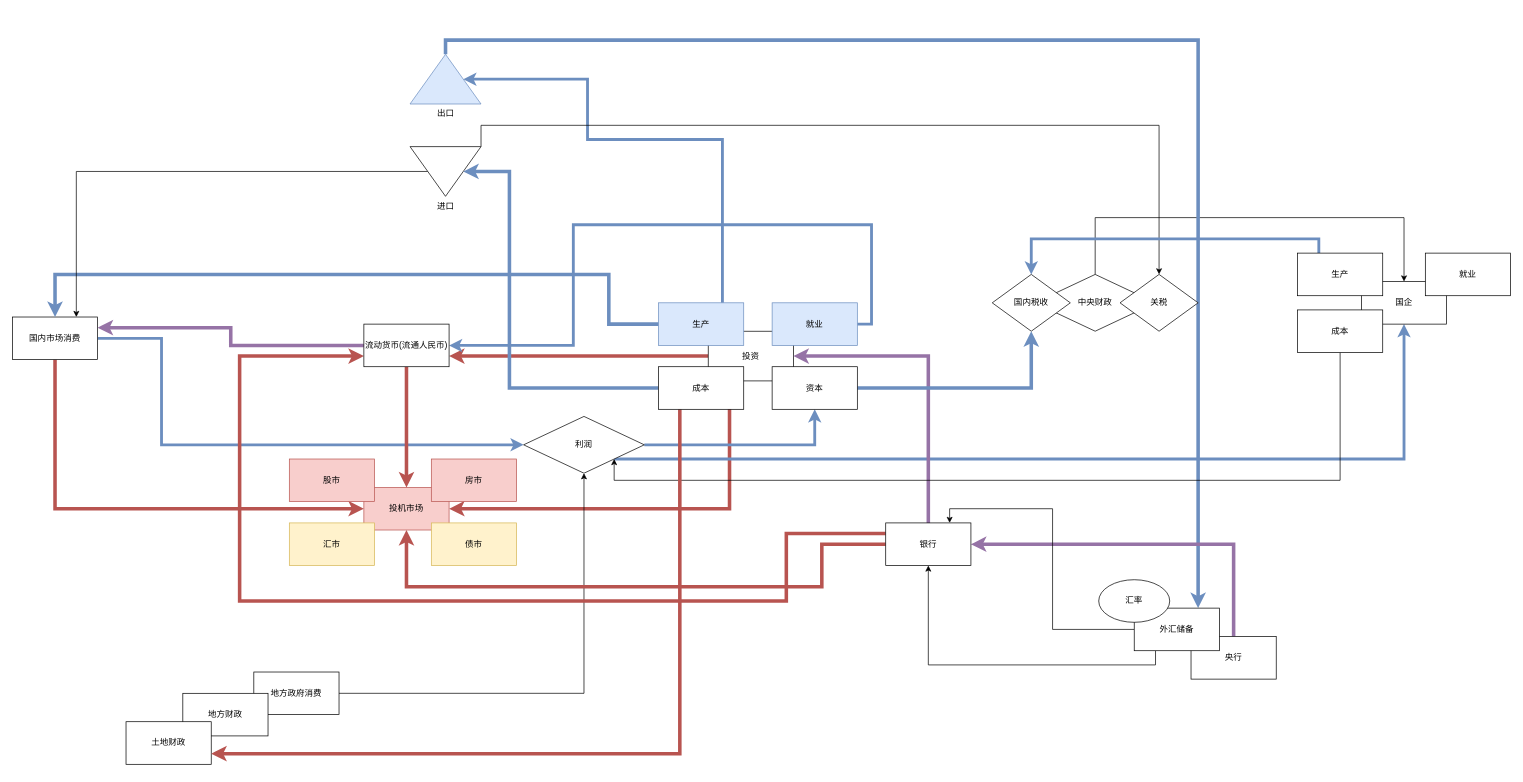
The draw.io diagram Untitled Diagram.drawio in BlackKing-Dio/doc, before the edit. Source tidied: cells renumbered, new cells numbered last; positions are measured from the earlier drawing's top-left corner, leaving out a move shared by most shapes. Both pictures are drawn from the tidied source at 71%, with x=0, y=0 at pixel (12, 54).
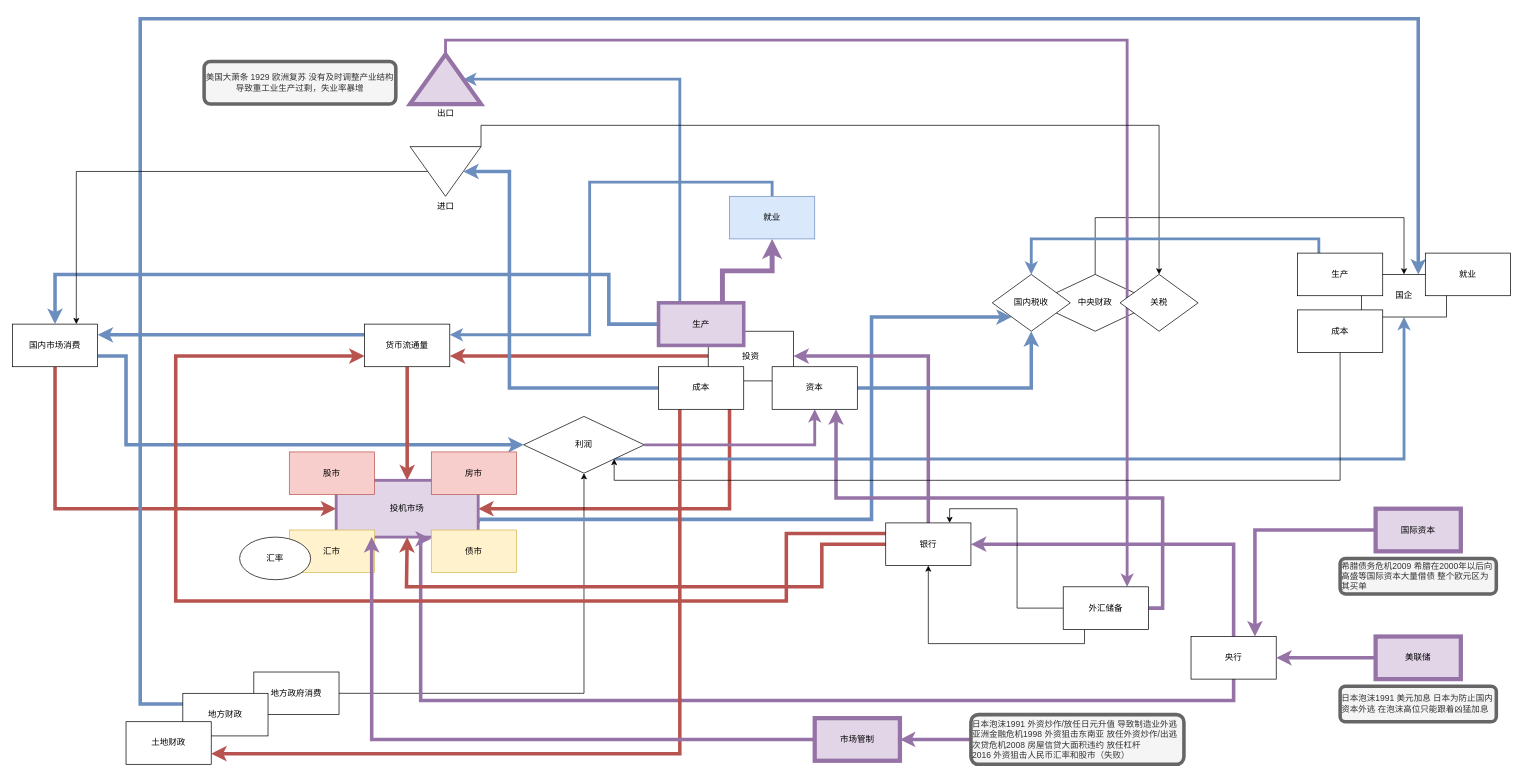
The same diagram, later.

Unchanged cells that the change refers to:
```xml
<mxCell id="15" value="利润" style="rhombus;whiteSpace=wrap;html=1;" parent="1" vertex="1">
  <mxGeometry x="720" y="510" width="170" height="80" as="geometry" />
</mxCell>
<mxCell id="22" value="央行" style="rounded=0;whiteSpace=wrap;html=1;" parent="1" vertex="1">
  <mxGeometry x="1660" y="820" width="120" height="60" as="geometry" />
</mxCell>
<mxCell id="26" value="银行" style="rounded=0;whiteSpace=wrap;html=1;" parent="1" vertex="1">
  <mxGeometry x="1230" y="660" width="120" height="60" as="geometry" />
</mxCell>
<mxCell id="32" value="地方财政" style="rounded=0;whiteSpace=wrap;html=1;" parent="1" vertex="1">
  <mxGeometry x="240" y="900" width="120" height="60" as="geometry" />
</mxCell>
<mxCell id="35" value="国内税收" style="rhombus;whiteSpace=wrap;html=1;" parent="1" vertex="1">
  <mxGeometry x="1380" y="310" width="110" height="80" as="geometry" />
</mxCell>
<mxCell id="40" value="资本" style="rounded=0;whiteSpace=wrap;html=1;" parent="1" vertex="1">
  <mxGeometry x="1070" y="440" width="120" height="60" as="geometry" />
</mxCell>
```

Change to the diagram source:
```diff
@@
+    <mxCell id="3" style="edgeStyle=orthogonalEdgeStyle;rounded=0;jettySize=auto;html=1;exitX=0.5;exitY=1;exitDx=0;exitDy=0;entryX=0;entryY=0.5;entryDx=0;entryDy=0;strokeWidth=5;fillColor=#f8cecc;strokeColor=#b85450;" parent="1" edge="1" source="4" target="20">
+      <mxGeometry relative="1" as="geometry">
+        <Array as="points">
+          <mxPoint x="60" y="640" />
+        </Array>
+      </mxGeometry>
+    </mxCell>
-    <mxCell id="2" style="edgeStyle=orthogonalEdgeStyle;rounded=0;jettySize=auto;html=1;exitX=1;exitY=0.5;exitDx=0;exitDy=0;entryX=0;entryY=0.5;entryDx=0;entryDy=0;strokeWidth=4;fillColor=#dae8fc;strokeColor=#6c8ebf;" parent="1" edge="1" source="4" target="15">
+    <mxCell id="2" style="edgeStyle=orthogonalEdgeStyle;rounded=0;jettySize=auto;html=1;exitX=1;exitY=0.75;exitDx=0;exitDy=0;entryX=0;entryY=0.5;entryDx=0;entryDy=0;strokeWidth=5;fillColor=#dae8fc;strokeColor=#6c8ebf;" parent="1" edge="1" source="4" target="15">
       <mxGeometry relative="1" as="geometry">
         <Array as="points">
-          <mxPoint x="210" y="400" />
-          <mxPoint x="210" y="550" />
+          <mxPoint x="160" y="425" />
+          <mxPoint x="160" y="550" />
         </Array>
       </mxGeometry>
     </mxCell>
-    <mxCell id="3" style="edgeStyle=orthogonalEdgeStyle;rounded=0;jettySize=auto;html=1;exitX=0.5;exitY=1;exitDx=0;exitDy=0;entryX=0;entryY=0.5;entryDx=0;entryDy=0;strokeWidth=5;fillColor=#f8cecc;strokeColor=#b85450;" parent="1" edge="1" source="4" target="20">
-      <mxGeometry relative="1" as="geometry" />
-    </mxCell>
     <mxCell id="4" value="国内市场消费" style="rounded=0;whiteSpace=wrap;html=1;" parent="1" vertex="1">
-      <mxGeometry y="370" width="120" height="60" as="geometry" />
+      <mxGeometry y="380" width="120" height="60" as="geometry" />
     </mxCell>
@@
+    <mxCell id="11" style="edgeStyle=orthogonalEdgeStyle;rounded=0;jettySize=auto;html=1;exitX=0;exitY=0.5;exitDx=0;exitDy=0;entryX=0.5;entryY=0;entryDx=0;entryDy=0;strokeWidth=5;fillColor=#dae8fc;strokeColor=#6c8ebf;" parent="1" edge="1" source="12" target="4">
+      <mxGeometry relative="1" as="geometry">
+        <Array as="points">
+          <mxPoint x="840" y="380" />
+          <mxPoint x="840" y="310" />
+          <mxPoint x="60" y="310" />
+        </Array>
+      </mxGeometry>
+    </mxCell>
-    <mxCell id="10" style="edgeStyle=orthogonalEdgeStyle;rounded=0;jettySize=auto;html=1;exitX=0.75;exitY=0;exitDx=0;exitDy=0;entryX=0;entryY=0;entryDx=75;entryDy=35;entryPerimeter=0;fillColor=#dae8fc;strokeColor=#6c8ebf;strokeWidth=4;" parent="1" edge="1" source="12" target="19">
+    <mxCell id="10" style="edgeStyle=orthogonalEdgeStyle;rounded=0;jettySize=auto;html=1;exitX=0.25;exitY=0;exitDx=0;exitDy=0;entryX=0;entryY=0;entryDx=75;entryDy=35;entryPerimeter=0;fillColor=#dae8fc;strokeColor=#6c8ebf;strokeWidth=4;" parent="1" edge="1" source="12" target="19">
       <mxGeometry relative="1" as="geometry">
         <Array as="points">
-          <mxPoint x="1000" y="120" />
-          <mxPoint x="810" y="120" />
-          <mxPoint x="810" y="35" />
+          <mxPoint x="940" y="35" />
         </Array>
       </mxGeometry>
     </mxCell>
-    <mxCell id="11" style="edgeStyle=orthogonalEdgeStyle;rounded=0;jettySize=auto;html=1;exitX=0;exitY=0.5;exitDx=0;exitDy=0;entryX=0.5;entryY=0;entryDx=0;entryDy=0;strokeWidth=5;fillColor=#dae8fc;strokeColor=#6c8ebf;" parent="1" edge="1" source="12" target="4">
-      <mxGeometry relative="1" as="geometry">
-        <Array as="points">
-          <mxPoint x="840" y="380" />
-          <mxPoint x="840" y="310" />
-          <mxPoint x="60" y="310" />
-        </Array>
-      </mxGeometry>
-    </mxCell>
+    <mxCell id="58" style="edgeStyle=orthogonalEdgeStyle;rounded=0;jettySize=auto;html=1;exitX=0.75;exitY=0;exitDx=0;exitDy=0;entryX=0.5;entryY=1;entryDx=0;entryDy=0;strokeWidth=7;fillColor=#e1d5e7;strokeColor=#9673a6;" parent="1" edge="1" source="12" target="28">
+      <mxGeometry relative="1" as="geometry" />
+    </mxCell>
-    <mxCell id="12" value="生产" style="rounded=0;whiteSpace=wrap;html=1;fillColor=#dae8fc;strokeColor=#6c8ebf;" parent="1" vertex="1">
+    <mxCell id="12" value="生产" style="rounded=0;whiteSpace=wrap;html=1;fillColor=#e1d5e7;strokeColor=#9673a6;strokeWidth=5;" parent="1" vertex="1">
       <mxGeometry x="910" y="350" width="120" height="60" as="geometry" />
     </mxCell>
-    <mxCell id="13" style="edgeStyle=orthogonalEdgeStyle;rounded=0;jettySize=auto;html=1;exitX=1;exitY=0.5;exitDx=0;exitDy=0;entryX=0.5;entryY=1;entryDx=0;entryDy=0;fillColor=#dae8fc;strokeColor=#6c8ebf;strokeWidth=4;" parent="1" edge="1" source="15" target="40">
+    <mxCell id="13" style="edgeStyle=orthogonalEdgeStyle;rounded=0;jettySize=auto;html=1;exitX=1;exitY=0.5;exitDx=0;exitDy=0;entryX=0.5;entryY=1;entryDx=0;entryDy=0;fillColor=#e1d5e7;strokeColor=#9673a6;strokeWidth=4;" parent="1" edge="1" source="15" target="40">
       <mxGeometry relative="1" as="geometry">
         <Array as="points">
           <mxPoint x="1130" y="550" />
         </Array>
       </mxGeometry>
     </mxCell>
@@
-    <mxCell id="18" style="edgeStyle=orthogonalEdgeStyle;rounded=0;jettySize=auto;html=1;exitX=0;exitY=0;exitDx=50;exitDy=0;exitPerimeter=0;entryX=0.75;entryY=0;entryDx=0;entryDy=0;strokeWidth=5;fillColor=#dae8fc;strokeColor=#6c8ebf;" parent="1" edge="1" source="19" target="31">
+    <mxCell id="18" style="edgeStyle=orthogonalEdgeStyle;rounded=0;jettySize=auto;html=1;exitX=0;exitY=0;exitDx=50;exitDy=0;exitPerimeter=0;entryX=0.75;entryY=0;entryDx=0;entryDy=0;strokeWidth=4;fillColor=#e1d5e7;strokeColor=#9673a6;" parent="1" edge="1" source="19" target="31">
       <mxGeometry relative="1" as="geometry" />
     </mxCell>
-    <mxCell id="19" value="出口" style="verticalLabelPosition=bottom;verticalAlign=top;html=1;shape=mxgraph.basic.acute_triangle;dx=0.5;fillColor=#dae8fc;strokeColor=#6c8ebf;" parent="1" vertex="1">
+    <mxCell id="19" value="出口" style="verticalLabelPosition=bottom;verticalAlign=top;html=1;shape=mxgraph.basic.acute_triangle;dx=0.5;fillColor=#e1d5e7;strokeColor=#9673a6;strokeWidth=6;" parent="1" vertex="1">
       <mxGeometry x="560" width="100" height="70" as="geometry" />
     </mxCell>
+    <mxCell id="59" style="edgeStyle=orthogonalEdgeStyle;rounded=0;jettySize=auto;html=1;exitX=1;exitY=0.75;exitDx=0;exitDy=0;entryX=0;entryY=1;entryDx=0;entryDy=0;strokeWidth=5;fillColor=#dae8fc;strokeColor=#6c8ebf;" parent="1" edge="1" source="20" target="35">
+      <mxGeometry relative="1" as="geometry">
+        <Array as="points">
+          <mxPoint x="1210" y="655" />
+          <mxPoint x="1210" y="370" />
+        </Array>
+      </mxGeometry>
+    </mxCell>
-    <mxCell id="20" value="投机市场" style="rounded=0;whiteSpace=wrap;html=1;fillColor=#f8cecc;strokeColor=#b85450;" parent="1" vertex="1">
-      <mxGeometry x="495" y="610" width="120" height="60" as="geometry" />
+    <mxCell id="20" value="投机市场" style="rounded=0;whiteSpace=wrap;html=1;fillColor=#e1d5e7;strokeColor=#9673a6;strokeWidth=4;" parent="1" vertex="1">
+      <mxGeometry x="456" y="600" width="200" height="80" as="geometry" />
     </mxCell>
@@
+    <mxCell id="60" style="edgeStyle=orthogonalEdgeStyle;rounded=0;jettySize=auto;html=1;exitX=0.5;exitY=1;exitDx=0;exitDy=0;entryX=0.667;entryY=1.033;entryDx=0;entryDy=0;entryPerimeter=0;strokeWidth=5;fillColor=#e1d5e7;strokeColor=#9673a6;" parent="1" edge="1" source="22" target="20">
+      <mxGeometry relative="1" as="geometry">
+        <Array as="points">
+          <mxPoint x="1720" y="910" />
+          <mxPoint x="575" y="910" />
+        </Array>
+      </mxGeometry>
+    </mxCell>
@@
     <mxCell id="25" style="edgeStyle=orthogonalEdgeStyle;rounded=0;jettySize=auto;html=1;exitX=0;exitY=0.25;exitDx=0;exitDy=0;entryX=0;entryY=0.75;entryDx=0;entryDy=0;strokeWidth=5;fillColor=#f8cecc;strokeColor=#b85450;" parent="1" edge="1" source="26" target="43">
       <mxGeometry relative="1" as="geometry">
         <Array as="points">
           <mxPoint x="1090" y="675" />
           <mxPoint x="1090" y="770" />
-          <mxPoint x="320" y="770" />
-          <mxPoint x="320" y="425" />
+          <mxPoint x="230" y="770" />
+          <mxPoint x="230" y="425" />
         </Array>
       </mxGeometry>
     </mxCell>
@@
-    <mxCell id="27" style="edgeStyle=orthogonalEdgeStyle;rounded=0;jettySize=auto;html=1;exitX=1;exitY=0.5;exitDx=0;exitDy=0;entryX=1;entryY=0.5;entryDx=0;entryDy=0;fillColor=#dae8fc;strokeColor=#6c8ebf;strokeWidth=4;" parent="1" edge="1" source="28" target="43">
-      <mxGeometry relative="1" as="geometry">
-        <Array as="points">
-          <mxPoint x="1210" y="380" />
-          <mxPoint x="1210" y="240" />
-          <mxPoint x="790" y="240" />
-          <mxPoint x="790" y="410" />
-        </Array>
-      </mxGeometry>
+    <mxCell id="27" style="edgeStyle=orthogonalEdgeStyle;rounded=0;jettySize=auto;html=1;exitX=0.5;exitY=0;exitDx=0;exitDy=0;entryX=1;entryY=0.25;entryDx=0;entryDy=0;strokeWidth=4;fillColor=#dae8fc;strokeColor=#6c8ebf;" parent="1" edge="1" source="28" target="43">
+      <mxGeometry relative="1" as="geometry" />
     </mxCell>
     <mxCell id="28" value="就业" style="rounded=0;whiteSpace=wrap;html=1;fillColor=#dae8fc;strokeColor=#6c8ebf;" parent="1" vertex="1">
-      <mxGeometry x="1070" y="350" width="120" height="60" as="geometry" />
+      <mxGeometry x="1010" y="200" width="120" height="60" as="geometry" />
     </mxCell>
@@
+    <mxCell id="61" style="edgeStyle=orthogonalEdgeStyle;rounded=0;jettySize=auto;html=1;exitX=1;exitY=0.5;exitDx=0;exitDy=0;entryX=0.75;entryY=1;entryDx=0;entryDy=0;strokeWidth=5;fillColor=#e1d5e7;strokeColor=#9673a6;" parent="1" edge="1" source="31" target="40">
+      <mxGeometry relative="1" as="geometry" />
+    </mxCell>
     <mxCell id="31" value="外汇储备" style="rounded=0;whiteSpace=wrap;html=1;" parent="1" vertex="1">
-      <mxGeometry x="1580" y="780" width="120" height="60" as="geometry" />
+      <mxGeometry x="1480" y="750" width="120" height="60" as="geometry" />
     </mxCell>
+    <mxCell id="62" style="edgeStyle=orthogonalEdgeStyle;rounded=0;jettySize=auto;html=1;exitX=0;exitY=0.25;exitDx=0;exitDy=0;entryX=0.667;entryY=0;entryDx=0;entryDy=0;entryPerimeter=0;strokeWidth=5;fillColor=#dae8fc;strokeColor=#6c8ebf;" parent="1" edge="1" source="32" target="45">
+      <mxGeometry relative="1" as="geometry">
+        <Array as="points">
+          <mxPoint x="180" y="915" />
+          <mxPoint x="180" y="-50" />
+          <mxPoint x="1980" y="-50" />
+        </Array>
+      </mxGeometry>
+    </mxCell>
@@
+    <mxCell id="42" style="edgeStyle=orthogonalEdgeStyle;rounded=0;jettySize=auto;html=1;exitX=0.5;exitY=1;exitDx=0;exitDy=0;fillColor=#f8cecc;strokeColor=#b85450;strokeWidth=5;entryX=0.5;entryY=0;entryDx=0;entryDy=0;" parent="1" edge="1" source="43" target="20">
+      <mxGeometry relative="1" as="geometry">
+        <Array as="points">
+          <mxPoint x="555" y="530" />
+          <mxPoint x="555" y="530" />
+        </Array>
+      </mxGeometry>
+    </mxCell>
-    <mxCell id="41" style="edgeStyle=orthogonalEdgeStyle;rounded=0;jettySize=auto;html=1;exitX=0;exitY=0.5;exitDx=0;exitDy=0;entryX=1;entryY=0.25;entryDx=0;entryDy=0;fillColor=#e1d5e7;strokeColor=#9673a6;strokeWidth=5;" parent="1" edge="1" source="43" target="4">
+    <mxCell id="41" style="edgeStyle=orthogonalEdgeStyle;rounded=0;jettySize=auto;html=1;exitX=0;exitY=0.25;exitDx=0;exitDy=0;entryX=1;entryY=0.25;entryDx=0;entryDy=0;strokeWidth=5;fillColor=#dae8fc;strokeColor=#6c8ebf;" parent="1" edge="1" source="43" target="4">
       <mxGeometry relative="1" as="geometry" />
     </mxCell>
-    <mxCell id="42" style="edgeStyle=orthogonalEdgeStyle;rounded=0;jettySize=auto;html=1;exitX=0.5;exitY=1;exitDx=0;exitDy=0;fillColor=#f8cecc;strokeColor=#b85450;strokeWidth=5;entryX=0.5;entryY=0;entryDx=0;entryDy=0;" parent="1" edge="1" source="43" target="20">
-      <mxGeometry relative="1" as="geometry">
-        <Array as="points">
-          <mxPoint x="555" y="530" />
-          <mxPoint x="555" y="530" />
-        </Array>
-      </mxGeometry>
-    </mxCell>
-    <mxCell id="43" value="流动货币(流通人民币)" style="rounded=0;whiteSpace=wrap;html=1;" parent="1" vertex="1">
-      <mxGeometry x="495" y="380" width="120" height="60" as="geometry" />
+    <mxCell id="43" value="货币流通量" style="rounded=0;whiteSpace=wrap;html=1;" parent="1" vertex="1">
+      <mxGeometry x="496" y="380" width="120" height="60" as="geometry" />
     </mxCell>
-    <mxCell id="44" value="汇率" style="ellipse;whiteSpace=wrap;html=1;" parent="1" vertex="1">
-      <mxGeometry x="1530" y="740" width="100" height="60" as="geometry" />
-    </mxCell>
     <mxCell id="45" value="国企" style="rounded=0;whiteSpace=wrap;html=1;" parent="1" vertex="1">
-      <mxGeometry x="1900" y="320" width="120" height="60" as="geometry" />
+      <mxGeometry x="1900" y="310" width="120" height="60" as="geometry" />
     </mxCell>
@@
     <mxCell id="51" value="股市" style="rounded=0;whiteSpace=wrap;html=1;fillColor=#f8cecc;strokeColor=#b85450;" parent="1" vertex="1">
-      <mxGeometry x="390" y="570" width="120" height="60" as="geometry" />
+      <mxGeometry x="390" y="560" width="120" height="60" as="geometry" />
     </mxCell>
     <mxCell id="52" value="房市" style="rounded=0;whiteSpace=wrap;html=1;fillColor=#f8cecc;strokeColor=#b85450;" parent="1" vertex="1">
-      <mxGeometry x="590" y="570" width="120" height="60" as="geometry" />
+      <mxGeometry x="590" y="560" width="120" height="60" as="geometry" />
     </mxCell>
     <mxCell id="53" value="汇市" style="rounded=0;whiteSpace=wrap;html=1;fillColor=#fff2cc;strokeColor=#d6b656;" parent="1" vertex="1">
-      <mxGeometry x="390" y="660" width="120" height="60" as="geometry" />
+      <mxGeometry x="390" y="670" width="120" height="60" as="geometry" />
     </mxCell>
@@
     <mxCell id="57" value="债市" style="rounded=0;whiteSpace=wrap;html=1;fillColor=#fff2cc;strokeColor=#d6b656;" parent="1" vertex="1">
-      <mxGeometry x="590" y="660" width="120" height="60" as="geometry" />
+      <mxGeometry x="590" y="670" width="120" height="60" as="geometry" />
     </mxCell>
+    <mxCell id="63" value="美国大萧条 1929 欧洲复苏 没有及时调整产业结构导致重工业生产过剩，失业率暴增" style="rounded=1;whiteSpace=wrap;html=1;strokeWidth=5;fillColor=#f5f5f5;fontColor=#333333;strokeColor=#666666;" parent="1" vertex="1">
+      <mxGeometry x="270" y="10" width="270" height="60" as="geometry" />
+    </mxCell>
+    <mxCell id="64" style="edgeStyle=orthogonalEdgeStyle;rounded=0;jettySize=auto;html=1;exitX=0;exitY=0.5;exitDx=0;exitDy=0;entryX=1;entryY=0.5;entryDx=0;entryDy=0;strokeWidth=5;fillColor=#e1d5e7;strokeColor=#9673a6;" parent="1" edge="1" source="65" target="73">
+      <mxGeometry relative="1" as="geometry" />
+    </mxCell>
+    <mxCell id="65" value="&lt;div align=&quot;left&quot;&gt;&lt;br&gt;&lt;/div&gt;&lt;div align=&quot;left&quot;&gt;日本泡沫1991 外资炒作/放任日元升值 导致制造业外逃&lt;br&gt;&lt;/div&gt;&lt;div align=&quot;left&quot;&gt;亚洲金融危机1998 外资狙击东南亚 放任外资炒作/出逃&lt;/div&gt;&lt;div align=&quot;left&quot;&gt;次贷危机2008 房屋信贷大面积违约 放任杠杆&lt;/div&gt;&lt;div align=&quot;left&quot;&gt;2016 外资狙击人民币汇率和股市（失败）&lt;br&gt;&lt;/div&gt;&lt;div align=&quot;left&quot;&gt;&lt;br&gt;&lt;/div&gt;" style="rounded=1;whiteSpace=wrap;html=1;strokeWidth=5;fillColor=#f5f5f5;strokeColor=#666666;fontColor=#333333;align=left;" parent="1" vertex="1">
+      <mxGeometry x="1350" y="930" width="300" height="70" as="geometry" />
+    </mxCell>
+    <mxCell id="66" value="日本泡沫1991 美元加息 日本为防止国内资本外逃 在泡沫高位只能跟着凶猛加息" style="rounded=1;whiteSpace=wrap;html=1;strokeWidth=5;fillColor=#f5f5f5;strokeColor=#666666;fontColor=#333333;align=left;" parent="1" vertex="1">
+      <mxGeometry x="1870" y="890" width="220" height="50" as="geometry" />
+    </mxCell>
+    <mxCell id="67" style="edgeStyle=orthogonalEdgeStyle;rounded=0;jettySize=auto;html=1;exitX=0;exitY=0.5;exitDx=0;exitDy=0;entryX=1;entryY=0.5;entryDx=0;entryDy=0;strokeWidth=5;fillColor=#e1d5e7;strokeColor=#9673a6;" parent="1" edge="1" source="68" target="22">
+      <mxGeometry relative="1" as="geometry" />
+    </mxCell>
+    <mxCell id="68" value="美联储" style="rounded=0;whiteSpace=wrap;html=1;strokeWidth=6;fillColor=#e1d5e7;strokeColor=#9673a6;" parent="1" vertex="1">
+      <mxGeometry x="1920" y="820" width="120" height="60" as="geometry" />
+    </mxCell>
+    <mxCell id="69" style="edgeStyle=orthogonalEdgeStyle;rounded=0;jettySize=auto;html=1;exitX=0;exitY=0.5;exitDx=0;exitDy=0;entryX=0.75;entryY=0;entryDx=0;entryDy=0;strokeWidth=5;fillColor=#e1d5e7;strokeColor=#9673a6;" parent="1" edge="1" source="70" target="22">
+      <mxGeometry relative="1" as="geometry" />
+    </mxCell>
+    <mxCell id="70" value="国际资本" style="rounded=0;whiteSpace=wrap;html=1;strokeWidth=6;fillColor=#e1d5e7;strokeColor=#9673a6;" parent="1" vertex="1">
+      <mxGeometry x="1920" y="640" width="120" height="60" as="geometry" />
+    </mxCell>
+    <mxCell id="71" value="希腊债务危机2009 希腊在2000年以后向高盛等国际资本大量借债 整个欧元区为其买单" style="rounded=1;whiteSpace=wrap;html=1;strokeWidth=5;fillColor=#f5f5f5;strokeColor=#666666;fontColor=#333333;align=left;" parent="1" vertex="1">
+      <mxGeometry x="1870" y="710" width="220" height="50" as="geometry" />
+    </mxCell>
+    <mxCell id="72" style="edgeStyle=orthogonalEdgeStyle;rounded=0;jettySize=auto;html=1;exitX=0;exitY=0.5;exitDx=0;exitDy=0;entryX=0.25;entryY=1;entryDx=0;entryDy=0;strokeWidth=5;fillColor=#e1d5e7;strokeColor=#9673a6;" parent="1" edge="1" source="73" target="20">
+      <mxGeometry relative="1" as="geometry" />
+    </mxCell>
+    <mxCell id="73" value="市场管制" style="rounded=0;whiteSpace=wrap;html=1;strokeWidth=6;fillColor=#e1d5e7;strokeColor=#9673a6;" parent="1" vertex="1">
+      <mxGeometry x="1130" y="935" width="120" height="60" as="geometry" />
+    </mxCell>
+    <mxCell id="44" value="汇率" style="ellipse;whiteSpace=wrap;html=1;" parent="1" vertex="1">
+      <mxGeometry x="320" y="680" width="100" height="60" as="geometry" />
+    </mxCell>
```
